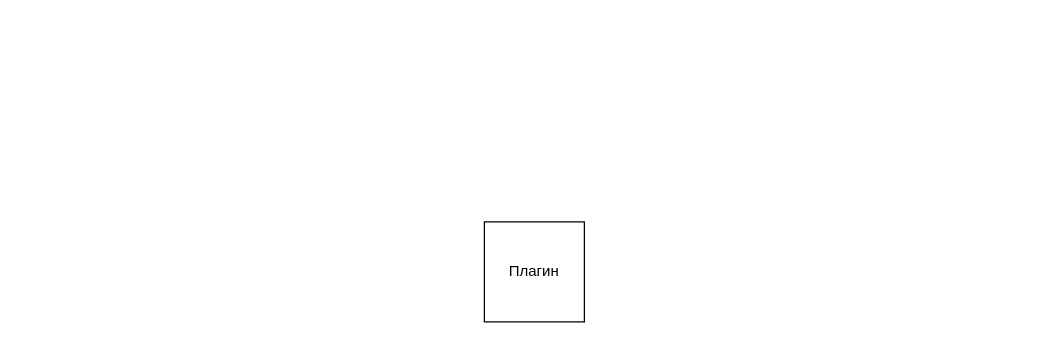
This is Slovosvet Plugin System.drawio from svetobit/architect, a draw.io file, before an edit. Source tidied: cells renumbered, new cells numbered last; positions are measured from the earlier drawing's top-left corner, leaving out a move shared by most shapes. Both pictures are drawn from the tidied source at 125%, with x=0, y=0 at pixel (484, 221).
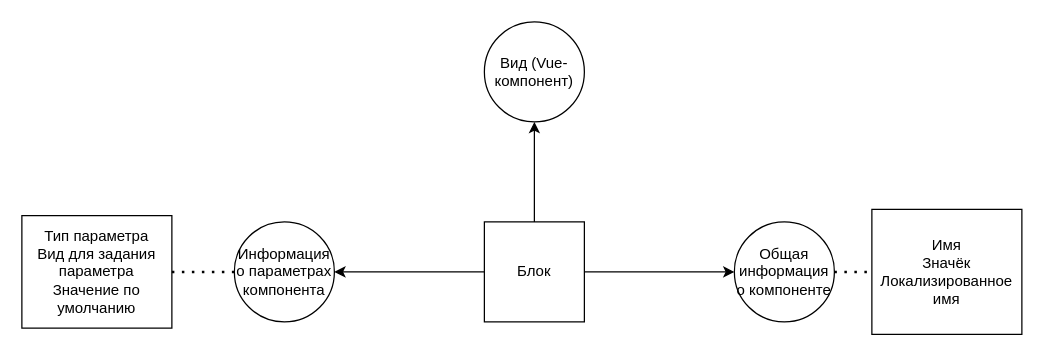
The same page after the edit.

What changed in the source:
```diff
@@
 <mxGraphModel>
   <root>
     <mxCell id="0" />
     <mxCell id="1" parent="0" />
-    <mxCell id="2" value="Плагин" style="whiteSpace=wrap;html=1;" parent="1" vertex="1">
+    <mxCell id="2" value="Блок" style="whiteSpace=wrap;html=1;" parent="1" vertex="1">
       <mxGeometry width="80" height="80" as="geometry" />
     </mxCell>
+    <mxCell id="3" value="Вид (Vue-компонент)" style="ellipse;whiteSpace=wrap;html=1;" parent="1" vertex="1">
+      <mxGeometry y="-160" width="80" height="80" as="geometry" />
+    </mxCell>
+    <mxCell id="4" value="Информация о параметрах компонента" style="ellipse;whiteSpace=wrap;html=1;" parent="1" vertex="1">
+      <mxGeometry x="-200" width="80" height="80" as="geometry" />
+    </mxCell>
+    <mxCell id="5" value="Общая информация о компоненте" style="ellipse;whiteSpace=wrap;html=1;" parent="1" vertex="1">
+      <mxGeometry x="200" width="80" height="80" as="geometry" />
+    </mxCell>
+    <mxCell id="6" style="endArrow=classic;html=1;exitX=0;exitY=0.5;exitDx=0;exitDy=0;entryX=1;entryY=0.5;entryDx=0;entryDy=0;" parent="1" edge="1" source="2" target="4">
+      <mxGeometry relative="1" as="geometry" />
+    </mxCell>
+    <mxCell id="7" style="endArrow=classic;html=1;entryX=0;entryY=0.5;entryDx=0;entryDy=0;exitX=1;exitY=0.5;exitDx=0;exitDy=0;" parent="1" edge="1" source="2" target="5">
+      <mxGeometry relative="1" as="geometry" />
+    </mxCell>
+    <mxCell id="8" style="endArrow=classic;html=1;entryX=0.5;entryY=1;entryDx=0;entryDy=0;exitX=0.5;exitY=0;exitDx=0;exitDy=0;" parent="1" edge="1" source="2" target="3">
+      <mxGeometry relative="1" as="geometry" />
+    </mxCell>
+    <mxCell id="9" value="Имя&lt;br&gt;Значёк&lt;br&gt;Локализированное имя" style="rounded=0;whiteSpace=wrap;html=1;" parent="1" vertex="1">
+      <mxGeometry x="310" y="-10" width="120" height="100" as="geometry" />
+    </mxCell>
+    <mxCell id="10" style="endArrow=none;dashed=1;html=1;dashPattern=1 3;strokeWidth=2;entryX=0;entryY=0.5;entryDx=0;entryDy=0;exitX=1;exitY=0.5;exitDx=0;exitDy=0;" parent="1" edge="1" source="5" target="9">
+      <mxGeometry relative="1" as="geometry" />
+    </mxCell>
+    <mxCell id="11" value="Тип параметра&lt;br&gt;Вид для задания параметра&lt;br&gt;Значение по умолчанию" style="rounded=0;whiteSpace=wrap;html=1;" parent="1" vertex="1">
+      <mxGeometry x="-370" y="-5" width="120" height="90" as="geometry" />
+    </mxCell>
+    <mxCell id="12" style="endArrow=none;dashed=1;html=1;dashPattern=1 3;strokeWidth=2;exitX=0;exitY=0.5;exitDx=0;exitDy=0;entryX=1;entryY=0.5;entryDx=0;entryDy=0;" parent="1" edge="1" source="4" target="11">
+      <mxGeometry relative="1" as="geometry" />
+    </mxCell>
   </root>
 </mxGraphModel>
```
